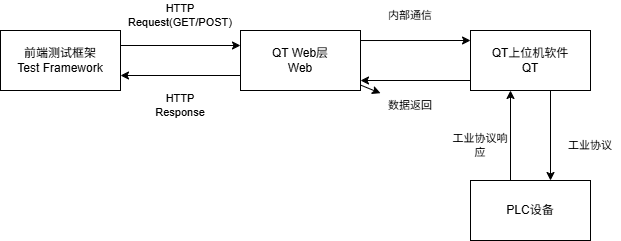
This is 前后端流程.drawio.png from Taylor-Hu/python_code, a draw.io export, as it was before one commit. Source tidied: cells renumbered, new cells last; positions are measured from the earlier drawing's top-left corner, leaving out a move shared by most shapes.
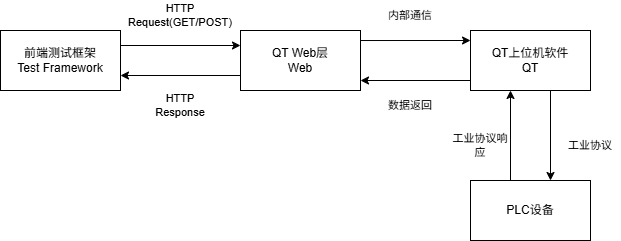
After the change.

Commit message:
更新前后端流程.drawio.png

Diff of the diagram source:
```diff
@@ -11,9 +11,6 @@
     <mxCell id="4" style="edgeStyle=orthogonalEdgeStyle;rounded=0;jettySize=auto;html=1;exitX=0;exitY=0.75;exitDx=0;exitDy=0;entryX=1;entryY=0.75;entryDx=0;entryDy=0;" parent="1" edge="1" source="6" target="3">
       <mxGeometry relative="1" as="geometry" />
     </mxCell>
-    <mxCell id="5" style="edgeStyle=none;shape=connector;rounded=0;jettySize=auto;html=1;strokeColor=default;align=center;verticalAlign=middle;fontFamily=Helvetica;fontSize=11;fontColor=default;labelBackgroundColor=default;endArrow=classic;" parent="1" edge="1" source="6" target="15">
-      <mxGeometry relative="1" as="geometry" />
-    </mxCell>
     <mxCell id="6" value="QT Web层&lt;div&gt;Web&lt;/div&gt;" style="rounded=0;whiteSpace=wrap;html=1;" parent="1" vertex="1">
       <mxGeometry x="240" y="30" width="120" height="60" as="geometry" />
     </mxCell>
```
